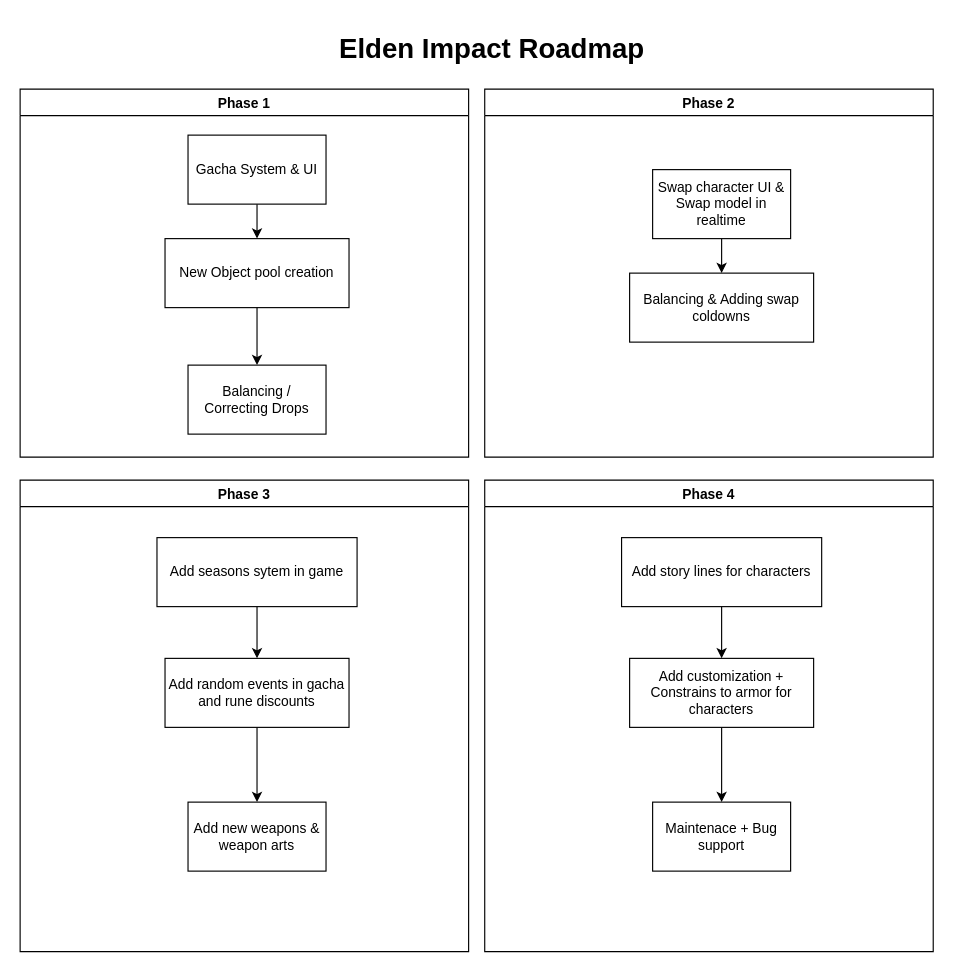
Earlier version of the draw.io diagram roadmap.drawio (valkyaha/elden-impact). Source tidied: cells renumbered, new cells numbered last; positions are measured from the earlier drawing's top-left corner, leaving out a move shared by most shapes. Both pictures are drawn from the tidied source at 115%, with x=0, y=0 at pixel (20, 20).
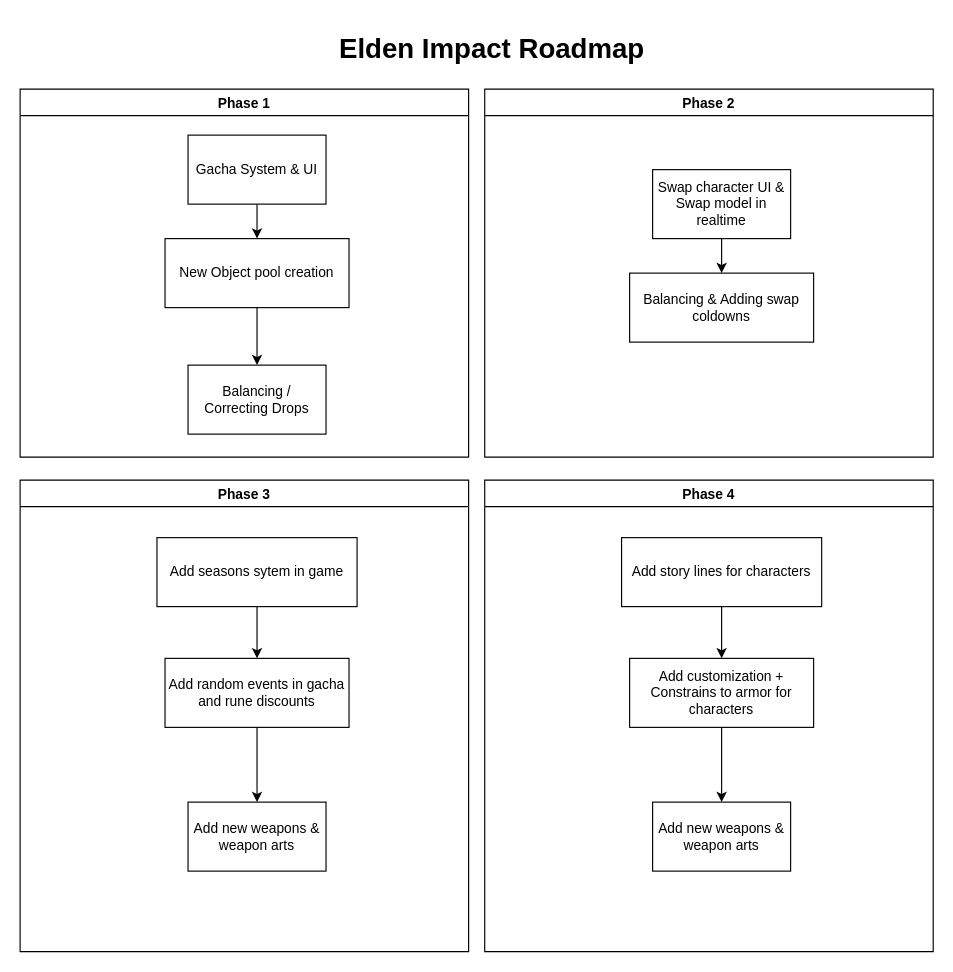
Above is the later version.

Unchanged cells that the change refers to:
```xml
<mxCell id="19" value="Phase 4" style="swimlane;" parent="1" vertex="1">
  <mxGeometry x="404" y="400" width="390" height="410" as="geometry" />
</mxCell>
```

What changed in the source:
```diff
@@
-    <mxCell id="24" value="Maintenace + Bug support" style="whiteSpace=wrap;html=1;" parent="19" vertex="1">
+    <mxCell id="24" value="Add new weapons &amp;amp; weapon arts" style="whiteSpace=wrap;html=1;" parent="19" vertex="1">
       <mxGeometry x="146" y="280" width="120" height="60" as="geometry" />
     </mxCell>
```
